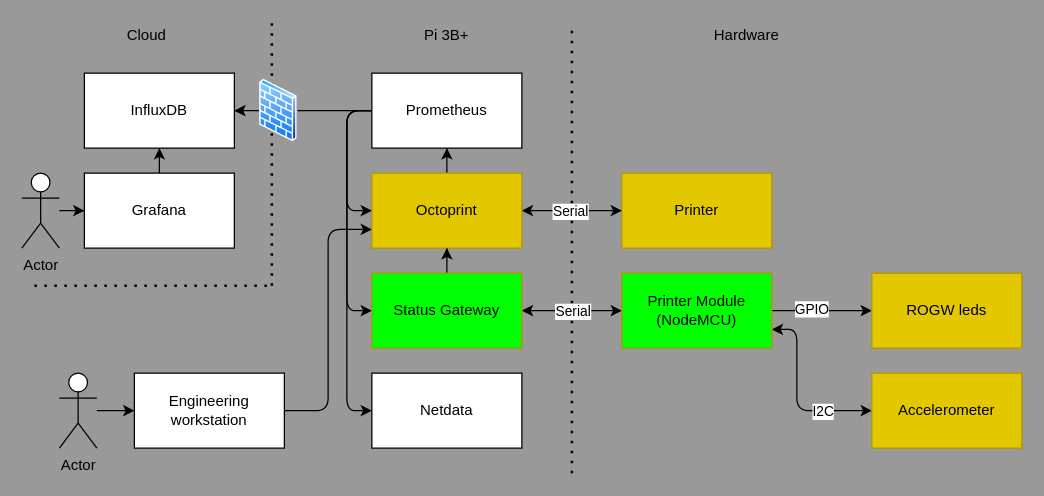
The draw.io diagram docs/system-overview.drawio in ajvreugdenhil/printer-monitoring, before the edit. Source tidied: cells renumbered, new cells numbered last; positions are measured from the earlier drawing's top-left corner, leaving out a move shared by most shapes. Both pictures are drawn from the tidied source at 125%, with x=0, y=0 at pixel (21, 22).
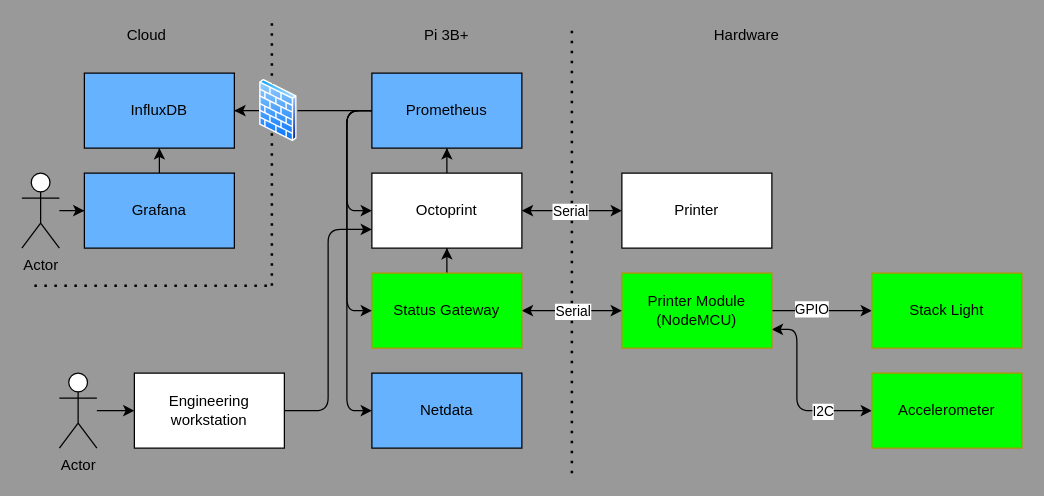
After the change.

The edit, as a diff of the source:
```diff
@@
-    <mxCell id="2" value="Printer" style="rounded=0;whiteSpace=wrap;html=1;fillColor=#e3c800;strokeColor=#B09500;fontColor=#000000;" parent="1" vertex="1">
+    <mxCell id="2" value="Printer" style="rounded=0;whiteSpace=wrap;html=1;" parent="1" vertex="1">
       <mxGeometry x="480" y="120" width="120" height="60" as="geometry" />
     </mxCell>
@@
-    <mxCell id="5" value="Octoprint" style="rounded=0;whiteSpace=wrap;html=1;fillColor=#e3c800;strokeColor=#B09500;fontColor=#000000;" parent="1" vertex="1">
+    <mxCell id="5" value="Octoprint" style="rounded=0;whiteSpace=wrap;html=1;" parent="1" vertex="1">
       <mxGeometry x="280" y="120" width="120" height="60" as="geometry" />
     </mxCell>
@@
-    <mxCell id="13" value="ROGW leds" style="rounded=0;whiteSpace=wrap;html=1;fillColor=#e3c800;strokeColor=#B09500;fontColor=#000000;" parent="1" vertex="1">
+    <mxCell id="13" value="Stack Light" style="rounded=0;whiteSpace=wrap;html=1;strokeColor=#B09500;fontColor=#000000;fillColor=#00FF00;" parent="1" vertex="1">
       <mxGeometry x="680" y="200" width="120" height="60" as="geometry" />
     </mxCell>
-    <mxCell id="14" value="Accelerometer" style="rounded=0;whiteSpace=wrap;html=1;fillColor=#e3c800;strokeColor=#B09500;fontColor=#000000;" parent="1" vertex="1">
+    <mxCell id="14" value="Accelerometer" style="rounded=0;whiteSpace=wrap;html=1;strokeColor=#B09500;fontColor=#000000;fillColor=#00FF00;" parent="1" vertex="1">
       <mxGeometry x="680" y="280" width="120" height="60" as="geometry" />
     </mxCell>
@@
-    <mxCell id="19" value="Netdata" style="rounded=0;whiteSpace=wrap;html=1;" parent="1" vertex="1">
+    <mxCell id="19" value="Netdata" style="rounded=0;whiteSpace=wrap;html=1;fillColor=#66B2FF;" parent="1" vertex="1">
       <mxGeometry x="280" y="280" width="120" height="60" as="geometry" />
     </mxCell>
@@
-    <mxCell id="25" value="Grafana" style="rounded=0;whiteSpace=wrap;html=1;" parent="1" vertex="1">
+    <mxCell id="25" value="Grafana" style="rounded=0;whiteSpace=wrap;html=1;fillColor=#66B2FF;" parent="1" vertex="1">
       <mxGeometry x="50" y="120" width="120" height="60" as="geometry" />
     </mxCell>
@@
-    <mxCell id="28" value="InfluxDB" style="rounded=0;whiteSpace=wrap;html=1;" parent="1" vertex="1">
+    <mxCell id="28" value="InfluxDB" style="rounded=0;whiteSpace=wrap;html=1;fillColor=#66B2FF;" parent="1" vertex="1">
       <mxGeometry x="50" y="40" width="120" height="60" as="geometry" />
     </mxCell>
@@
-    <mxCell id="33" value="Prometheus" style="rounded=0;whiteSpace=wrap;html=1;" parent="1" vertex="1">
+    <mxCell id="33" value="Prometheus" style="rounded=0;whiteSpace=wrap;html=1;fillColor=#66B2FF;" parent="1" vertex="1">
       <mxGeometry x="280" y="40" width="120" height="60" as="geometry" />
     </mxCell>
```
